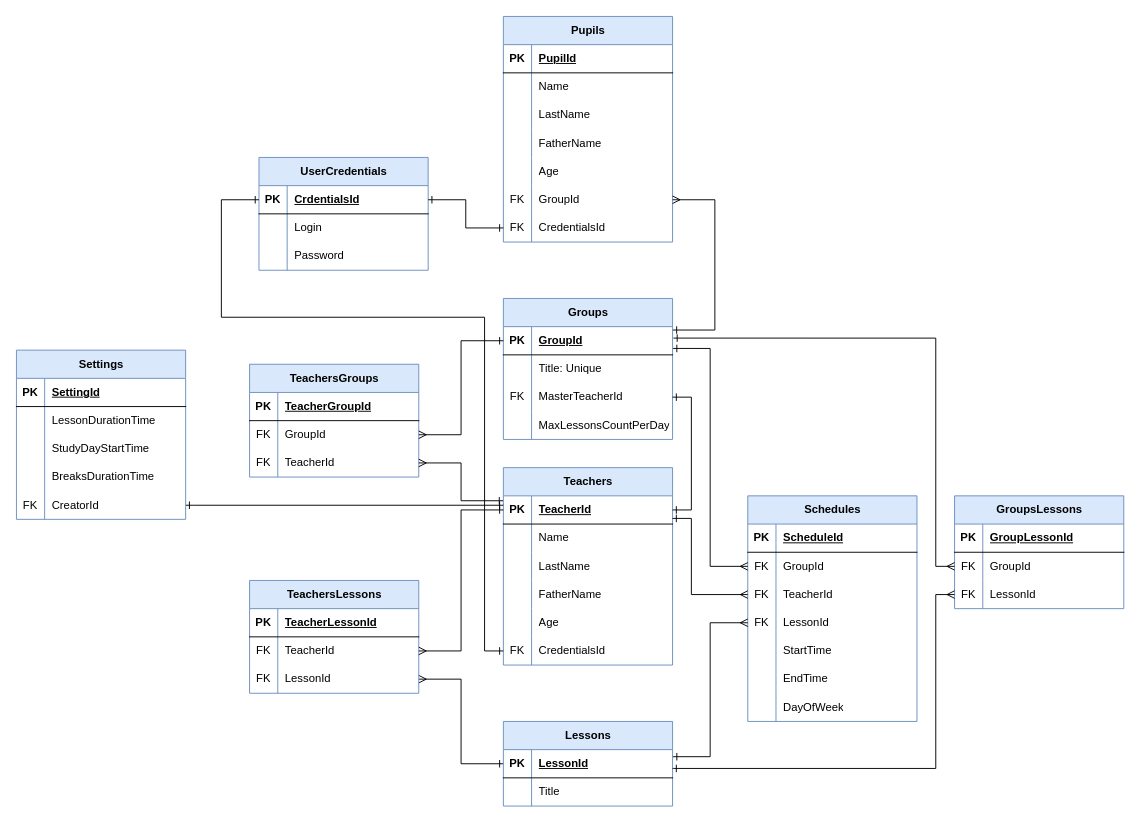
The draw.io diagram ESchedule/Diagrams/ER.drawio in KuleshovNikita/ESchedule, before the edit. Source tidied: cells renumbered, new cells numbered last; positions are measured from the earlier drawing's top-left corner, leaving out a move shared by most shapes. Both pictures are drawn from the tidied source at 94%, with x=0, y=0 at pixel (16, 16).
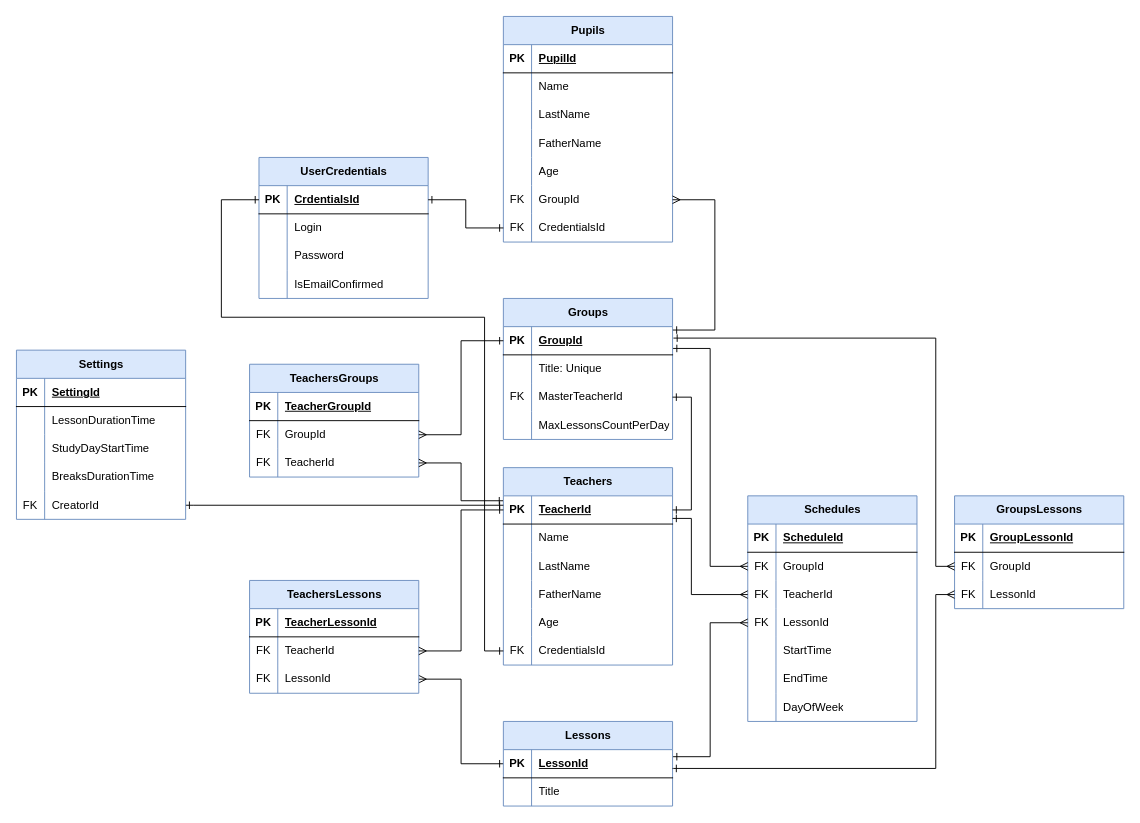
The same page after the edit.

The edit, as a diff of the source:
```diff
@@
     <mxCell id="143" value="UserCredentials" style="shape=table;startSize=30;childLayout=tableLayout;rowLines=0;fontStyle=1;align=center;html=1;fillColor=#dae8fc;strokeColor=#6c8ebf;" parent="1" vertex="1">
-      <mxGeometry x="258" y="150" width="180" height="120" as="geometry" />
+      <mxGeometry x="258" y="150" width="180" height="150" as="geometry" />
     </mxCell>
@@
+    <mxCell id="155" style="shape=tableRow;horizontal=0;startSize=0;swimlaneHead=0;swimlaneBody=0;fillColor=none;top=0;left=0;right=0;bottom=0;" parent="143" vertex="1">
+      <mxGeometry y="120" width="180" height="30" as="geometry" />
+    </mxCell>
+    <mxCell id="156" style="shape=partialRectangle;fillColor=none;top=0;left=0;bottom=0;right=0;overflow=hidden;whiteSpace=wrap;html=1;" parent="155" vertex="1">
+      <mxGeometry width="30" height="30" as="geometry" />
+    </mxCell>
+    <mxCell id="157" value="IsEmailConfirmed" style="shape=partialRectangle;fillColor=none;top=0;left=0;bottom=0;right=0;align=left;spacingLeft=6;overflow=hidden;whiteSpace=wrap;html=1;" parent="155" vertex="1">
+      <mxGeometry x="30" width="150" height="30" as="geometry" />
+    </mxCell>
```
